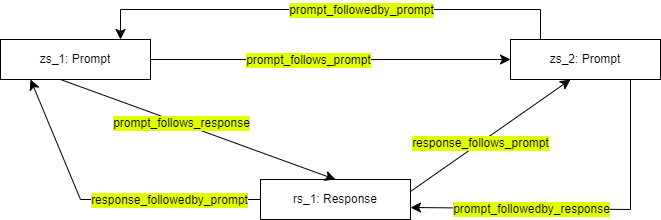
This is Figures/fig_30.png from simonegramegna/Tesi_Simone_Gramegna_magistrale, a draw.io export, as it was before one commit. Source tidied: cells renumbered, new cells last; positions are measured from the earlier drawing's top-left corner, leaving out a move shared by most shapes. Its diagram source:
```xml
<mxGraphModel>
  <root>
    <mxCell id="0" />
    <mxCell id="1" parent="0" />
    <mxCell id="2" value="zs_1: Prompt" style="rounded=0;whiteSpace=wrap;html=1;snapToPoint=1;points=[[0.1,0],[0.2,0],[0.3,0],[0.4,0],[0.5,0],[0.6,0],[0.7,0],[0.8,0],[0.9,0],[0,0.1],[0,0.3],[0,0.5],[0,0.7],[0,0.9],[0.1,1],[0.2,1],[0.3,1],[0.4,1],[0.5,1],[0.6,1],[0.7,1],[0.8,1],[0.9,1],[1,0.1],[1,0.3],[1,0.5],[1,0.7],[1,0.9]];" parent="1" vertex="1">
      <mxGeometry y="30" width="150" height="40" as="geometry" />
    </mxCell>
    <mxCell id="3" value="rs_1: Response" style="rounded=0;whiteSpace=wrap;html=1;snapToPoint=1;points=[[0.1,0],[0.2,0],[0.3,0],[0.4,0],[0.5,0],[0.6,0],[0.7,0],[0.8,0],[0.9,0],[0,0.1],[0,0.3],[0,0.5],[0,0.7],[0,0.9],[0.1,1],[0.2,1],[0.3,1],[0.4,1],[0.5,1],[0.6,1],[0.7,1],[0.8,1],[0.9,1],[1,0.1],[1,0.3],[1,0.5],[1,0.7],[1,0.9]];" parent="1" vertex="1">
      <mxGeometry x="260" y="170" width="150" height="40" as="geometry" />
    </mxCell>
    <mxCell id="4" style="endArrow=classic;html=1;exitX=0.4;exitY=1;exitDx=0;exitDy=0;entryX=0.5;entryY=0;entryDx=0;entryDy=0;endSize=8;arcSize=0;rounded=0;" parent="1" edge="1" source="2" target="3">
      <mxGeometry relative="1" as="geometry" />
    </mxCell>
    <mxCell id="5" value="&lt;font color=&quot;#000000&quot;&gt;prompt_follows_response&lt;/font&gt;" style="text;html=1;align=center;verticalAlign=middle;labelBackgroundColor=#e1ff00;" parent="4" vertex="1">
      <mxGeometry x="-0.13" relative="1" as="geometry" />
    </mxCell>
    <mxCell id="6" style="endArrow=classic;html=1;entryX=0.2;entryY=1;entryDx=0;entryDy=0;endSize=8;arcSize=0;rounded=0;exitX=0;exitY=0.5;exitDx=0;exitDy=0;" parent="1" edge="1" source="3" target="2">
      <mxGeometry relative="1" as="geometry">
        <Array as="points">
          <mxPoint x="80" y="190" />
        </Array>
      </mxGeometry>
    </mxCell>
    <mxCell id="7" value="&lt;font color=&quot;#000000&quot;&gt;response_followedby_prompt&lt;/font&gt;" style="text;html=1;align=center;verticalAlign=middle;labelBackgroundColor=#e1ff00;" parent="6" vertex="1">
      <mxGeometry x="-0.13" relative="1" as="geometry">
        <mxPoint x="43" as="offset" />
      </mxGeometry>
    </mxCell>
    <mxCell id="8" value="zs_2: Prompt" style="rounded=0;whiteSpace=wrap;html=1;snapToPoint=1;points=[[0.1,0],[0.2,0],[0.3,0],[0.4,0],[0.5,0],[0.6,0],[0.7,0],[0.8,0],[0.9,0],[0,0.1],[0,0.3],[0,0.5],[0,0.7],[0,0.9],[0.1,1],[0.2,1],[0.3,1],[0.4,1],[0.5,1],[0.6,1],[0.7,1],[0.8,1],[0.9,1],[1,0.1],[1,0.3],[1,0.5],[1,0.7],[1,0.9]];" parent="1" vertex="1">
      <mxGeometry x="510" y="30" width="150" height="40" as="geometry" />
    </mxCell>
    <mxCell id="9" style="endArrow=classic;html=1;exitX=1;exitY=0.5;exitDx=0;exitDy=0;entryX=0;entryY=0.5;entryDx=0;entryDy=0;endSize=8;arcSize=0;rounded=0;" parent="1" edge="1" source="2" target="8">
      <mxGeometry relative="1" as="geometry" />
    </mxCell>
    <mxCell id="10" value="&lt;font color=&quot;#000000&quot;&gt;prompt_follows_prompt&lt;/font&gt;" style="text;html=1;align=center;verticalAlign=middle;labelBackgroundColor=#e1ff00;" parent="9" vertex="1">
      <mxGeometry x="-0.13" relative="1" as="geometry" />
    </mxCell>
    <mxCell id="11" style="endArrow=classic;html=1;entryX=0.8;entryY=0;entryDx=0;entryDy=0;endSize=8;arcSize=0;rounded=0;exitX=0.2;exitY=0;exitDx=0;exitDy=0;" parent="1" edge="1" source="8" target="2">
      <mxGeometry relative="1" as="geometry">
        <Array as="points">
          <mxPoint x="540" />
          <mxPoint x="320" />
          <mxPoint x="120" />
        </Array>
      </mxGeometry>
    </mxCell>
    <mxCell id="12" value="&lt;font color=&quot;#000000&quot;&gt;prompt_followedby_prompt&lt;/font&gt;" style="text;html=1;align=center;verticalAlign=middle;labelBackgroundColor=#e1ff00;" parent="11" vertex="1">
      <mxGeometry x="-0.13" relative="1" as="geometry" />
    </mxCell>
    <mxCell id="13" style="endArrow=classic;html=1;endSize=8;arcSize=0;rounded=0;exitX=1;exitY=0.3;exitDx=0;exitDy=0;entryX=0.4;entryY=1;entryDx=0;entryDy=0;" parent="1" edge="1" source="3" target="8">
      <mxGeometry relative="1" as="geometry" />
    </mxCell>
    <mxCell id="14" value="&lt;font color=&quot;#000000&quot;&gt;response_follows_prompt&lt;/font&gt;" style="text;html=1;align=center;verticalAlign=middle;labelBackgroundColor=#e1ff00;" parent="13" vertex="1">
      <mxGeometry x="-0.13" relative="1" as="geometry" />
    </mxCell>
    <mxCell id="15" style="endArrow=classic;html=1;endSize=8;arcSize=0;rounded=0;entryX=1;entryY=0.7;entryDx=0;entryDy=0;exitX=0.8;exitY=1;exitDx=0;exitDy=0;" parent="1" edge="1" source="8" target="3">
      <mxGeometry relative="1" as="geometry">
        <Array as="points">
          <mxPoint x="630" y="200" />
        </Array>
      </mxGeometry>
    </mxCell>
    <mxCell id="16" value="&lt;font color=&quot;#000000&quot;&gt;prompt_followedby_response&lt;/font&gt;" style="text;html=1;align=center;verticalAlign=middle;labelBackgroundColor=#e1ff00;" parent="15" vertex="1">
      <mxGeometry x="-0.13" relative="1" as="geometry">
        <mxPoint x="-77" as="offset" />
      </mxGeometry>
    </mxCell>
  </root>
</mxGraphModel>
```
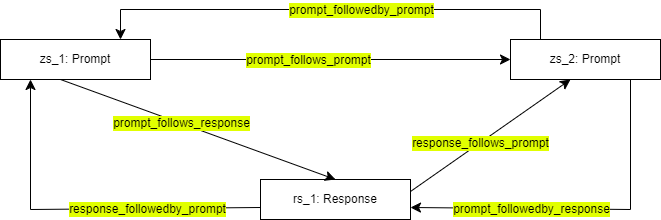
After the change.

Diff of the diagram source:
```diff
@@ -14,10 +14,10 @@
     <mxCell id="5" value="&lt;font color=&quot;#000000&quot;&gt;prompt_follows_response&lt;/font&gt;" style="text;html=1;align=center;verticalAlign=middle;labelBackgroundColor=#e1ff00;" parent="4" vertex="1">
       <mxGeometry x="-0.13" relative="1" as="geometry" />
     </mxCell>
-    <mxCell id="6" style="endArrow=classic;html=1;entryX=0.2;entryY=1;entryDx=0;entryDy=0;endSize=8;arcSize=0;rounded=0;exitX=0;exitY=0.5;exitDx=0;exitDy=0;" parent="1" edge="1" source="3" target="2">
+    <mxCell id="6" style="endArrow=classic;html=1;entryX=0.2;entryY=1;entryDx=0;entryDy=0;endSize=8;arcSize=0;rounded=0;exitX=0;exitY=0.7;exitDx=0;exitDy=0;" parent="1" edge="1" source="3" target="2">
       <mxGeometry relative="1" as="geometry">
         <Array as="points">
-          <mxPoint x="80" y="190" />
+          <mxPoint x="30" y="200" />
         </Array>
       </mxGeometry>
     </mxCell>
```
